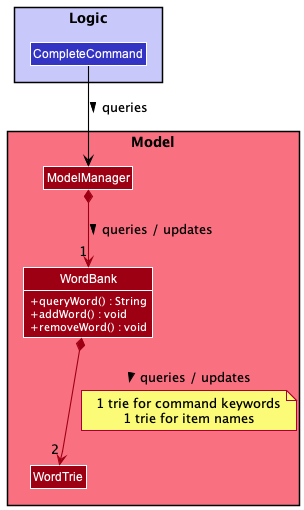
The PlantUML diagram docs/images/WordbankUML.png in nus-cs2103-AY2122S1/tp, before a commit.
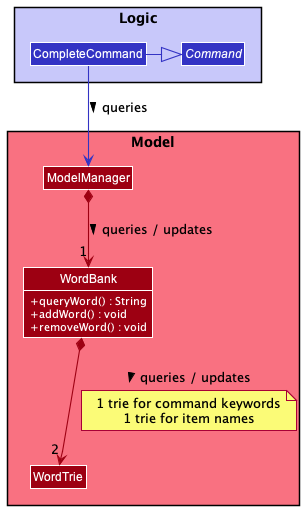
Later version of the same file.

Commit message:
Add inheritance relation

Diff of the diagram source:
```diff
@@ -5,6 +5,7 @@
 skinparam classBackgroundColor MODEL_COLOR
 
 Package Logic <<Rectangle>> LOGIC_COLOR_T1 {
+Abstract Class Command LOGIC_COLOR
 Class CompleteCommand LOGIC_COLOR
 }
 
@@ -21,7 +22,8 @@
 
 }
 
-CompleteCommand --> ModelManager #black: queries >
+CompleteCommand -|> Command LOGIC_COLOR
+CompleteCommand --> ModelManager LOGIC_COLOR : queries >
 
 ModelManager *--> "1" WordBank : queries / updates >
 WordBank *--> "2" WordTrie : queries / updates >
```
